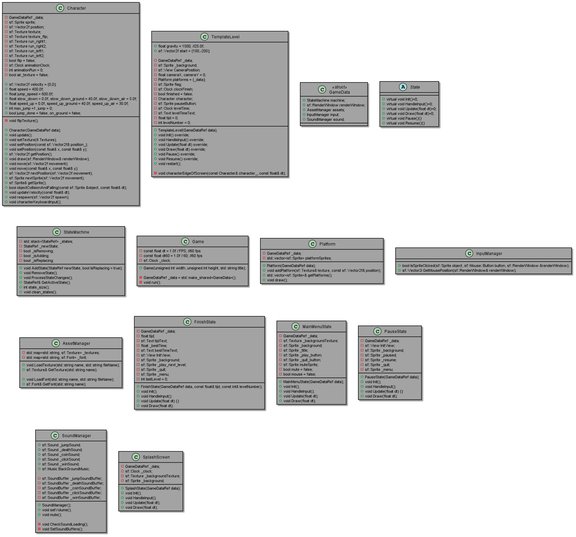
Before: UML/klassediagram.png, a diagram exported from PlantUML (RoelStierum/Gameproject). Source of this version:
```plantuml
@startuml
skinparam dpi 1000

skinparam class{
    BorderColor black
    BackgroundColor #a3a3a3
}
skinparam ArrowColor black


class Character{
    -GameDataRef _data;
    -sf::Sprite sprite;
    -sf::Vector2f position;
    -sf::Texture texture;
    -sf::Texture texture_flip;
    -sf::Texture run_right1;
    -sf::Texture run_right2;
    -sf::Texture run_left1;
    -sf::Texture run_left2;
    -bool flip = false;
    -sf::Clock animationClock;
    -int animationRun = 0;
    -bool air_texture = false;

    +sf::Vector2f velocity = {0,0};
    +float speed = 400.0f;
    +float jump_speed = 600.0f;
    +float slow_down = 0.0f, slow_down_ground = 40.0f, slow_down_air = 5.0f;
    +float speed_up = 0.0f, speed_up_ground = 40.0f, speed_up_air = 30.0f;
    +int max_jump =1, jump = 0;
    +bool jump_done = false, on_ground = false;


    -void flipTexture();

    +Character(GameDataRef data);
    +void update();
    +void setTexture(6 Textures);
    +void setPosition(const sf::Vector2f& position_);
    +void setPosition(const float& x, const float& y);
    +sf::Vector2f getPosition();
    +void draw(sf::RenderWindow& renderWindow);
    +void move(sf::Vector2f movement);
    +void move(const float& x, const float& y);
    +sf::Vector2f nextPosition(sf::Vector2f movement);
    +sf::Sprite nextSprite(sf::Vector2f movement);
    +sf::Sprite& getSprite();
    +bool objectCollisionAndFalling(const sf::Sprite &object, const float& dt);
    +void updateVelocity(const float& dt);
    +void respawn(sf::Vector2f spawn);
    +void characterKeyboardInput();
}

class TemplateLevel{
    +float gravity = 1500; //25.0f;
    +sf::Vector2f start = {100,-200};

    -GameDataRef _data;
    -sf::Sprite _background;
    -sf::View CameraPosition;
    -float cameraX, cameraY = 0;
    -Platform platforms = {_data};
    -sf::Sprite flag;
    -sf::Clock clockFinish;
    -bool finished = false;
    -Character character;
    -sf::Sprite pauseButton;
    -sf::Clock levelTime;
    -sf::Text levelTimeText;
    -float tijd = 0;
    -int levelNumber = 0;


    +TemplateLevel(GameDataRef data);
    +void Init() override;
    +void HandleInput() override;
    +void Update(float dt) override;
    +void Draw(float dt) override;
    +void Pause() override;
    +void Resume() override;
    +void restart();

    -void characterEdgeOfScreen(const Character& character_, const float& dt);
}

class GameData <<struct>>{
        +StateMachine machine;
        +sf::RenderWindow renderWindow;
        +AssetManager assets;
        +InputManager input;
        +SoundManager sound;
}

abstract class State{
    +virtual void Init()=0;
    +virtual void HandleInput()=0;
    +virtual void Update(float dt)=0;
    +virtual void Draw(float dt)=0;
    +virtual void Pause(){}
    +virtual void Resume(){}
}

class StateMachine{
    +void AddState(StateRef newState, bool IsReplacing = true);
    +void RemoveState();
    +void ProcessStateChanges();
    +StateRef& GetActiveState();
    +int state_size();
    +void clean_states();


    -std::stack<StateRef> _states;
    -StateRef _newState;
    -bool _isRemoving;
    -bool _isAdding;
    -bool _isReplacing;
}

class Game{
    -const float dt = 1.0f / FPS; //60 fps
    -const float dt60 = 1.0f / 60; //60 fps
    -sf::Clock _clock;


    +Game(unsigned int width, unsigned int height, std::string title);

    -GameDataRef _data = std::make_shared<GameData>();
    -void run();
}

class Platform{
    +Platform(GameDataRef data);
    +void addPlatform(sf::Texture& texture, const sf::Vector2f& position);
    +std::vector<sf::Sprite>& getPlatforms();
    +void draw();

    -GameDataRef _data;
    -std::vector<sf::Sprite> platformSprites;
}

class InputManager{
    +bool IsSpriteClicked(sf::Sprite object, sf::Mouse::Button button, sf::RenderWindow &renderWindow);
    +sf::Vector2i GetMousePosition(sf::RenderWindow& renderWindow);
}

class AssetManager{
    -std::map<std::string, sf::Texture> _textures;
    -std::map<std::string, sf::Font> _font;

    +void LoadTexture(std::string name, std::string fileName);
    +sf::Texture& GetTexture(std::string name);

    +void LoadFont(std::string name, std::string fileName);
    +sf::Font& GetFont(std::string name);
}

class FinishState{
    +FinishState(GameDataRef data, const float& tijd, const int& levelNumber);
    +void Init();
    +void HandleInput();
    +void Update(float dt) {}
    +void Draw(float dt);

    -GameDataRef _data;
    -float tijd;
    -sf::Text tijdText;
    -float _bestTime;
    -sf::Text bestTimeText;
    -sf::View InitView;
    -sf::Sprite _background;
    -sf::Sprite _play_next_level;
    -sf::Sprite _quit;
    -sf::Sprite _menu;
    -int lastLevel = 0;
}

class MainMenuState{
    +MainMenuState(GameDataRef data);
    +void Init();
    +void HandleInput();
    +void Update(float dt);
    +void Draw(float dt);


    -GameDataRef _data;
    -sf::Texture _backgroundTexture;
    -sf::Sprite _background;
    -sf::Sprite _title;
    -sf::Sprite _play_button;
    -sf::Sprite _quit_button;
    -sf::Sprite muteSprite;
    -bool mute = false;
    -bool mouse = false;
}

class PauseState{
    +PauseState(GameDataRef data);
    +void Init();
    +void HandleInput();
    +void Update(float dt) {}
    +void Draw(float dt);

    -GameDataRef _data;
    -sf::View InitView;
    -sf::Sprite _background;
    -sf::Sprite _paused;
    -sf::Sprite _resume;
    -sf::Sprite _quit;
    -sf::Sprite _menu;
}

class SoundManager{
    +sf::Sound _jumpSound;
    +sf::Sound _deathSound;
    +sf::Sound _coinSound;
    +sf::Sound _clickSound;
    +sf::Sound _winSound;
    +sf::Music BackGroundMusic;

    -sf::SoundBuffer _jumpSoundBuffer;
    -sf::SoundBuffer _deathSoundBuffer;
    -sf::SoundBuffer _coinSoundBuffer;
    -sf::SoundBuffer _clickSoundBuffer;
    -sf::SoundBuffer _winSoundBuffer;


    +SoundManager();
    +void setVolume();
    +void mute();

    -void CheckSoundLoading();
    -void SetSoundBuffers();
}

class SplashScreen{
    -GameDataRef _data;
    -sf::Clock _clock;
    -sf::Texture _backgroundTexture;
    -sf::Sprite _background;


    +SplashState(GameDataRef data);
    +void Init();
    +void HandleInput();
    +void Update(float dt);
    +void Draw(float dt);
}

@enduml
```
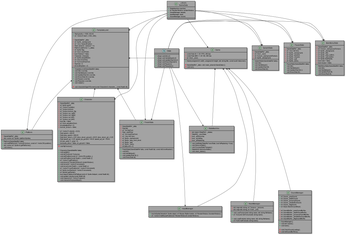
The same diagram one commit later.

Change to the diagram source:
```diff
@@ -106,7 +106,6 @@
     +void RemoveState();
     +void ProcessStateChanges();
     +StateRef& GetActiveState();
-    +int state_size();
     +void clean_states();
 
 
@@ -123,7 +122,7 @@
     -sf::Clock _clock;
 
 
-    +Game(unsigned int width, unsigned int height, std::string title);
+    +Game(unsigned int width, unsigned int height, std::string title, const bool& fullscreen);
 
     -GameDataRef _data = std::make_shared<GameData>();
     -void run();
@@ -213,16 +212,16 @@
 class SoundManager{
     +sf::Sound _jumpSound;
     +sf::Sound _deathSound;
-    +sf::Sound _coinSound;
-    +sf::Sound _clickSound;
-    +sf::Sound _winSound;
+    +sf::Sound _powerupSound;
+    +sf::Sound _clickButtonSound;
+    +sf::Sound _flagSound;
     +sf::Music BackGroundMusic;
 
     -sf::SoundBuffer _jumpSoundBuffer;
     -sf::SoundBuffer _deathSoundBuffer;
-    -sf::SoundBuffer _coinSoundBuffer;
-    -sf::SoundBuffer _clickSoundBuffer;
-    -sf::SoundBuffer _winSoundBuffer;
+    -sf::SoundBuffer _powerupSoundBuffer;
+    -sf::SoundBuffer _clickButtonSoundBuffer;
+    -sf::SoundBuffer _flagSoundBuffer;
 
 
     +SoundManager();
@@ -233,7 +232,7 @@
     -void SetSoundBuffers();
 }
 
-class SplashScreen{
+class SplashState{
     -GameDataRef _data;
     -sf::Clock _clock;
     -sf::Texture _backgroundTexture;
@@ -247,4 +246,30 @@
     +void Draw(float dt);
 }
 
+GameData --> Game
+GameData --> PauseState
+GameData ---> Character
+GameData -> FinishState
+GameData -> TemplateLevel
+GameData -> MainMenuState
+GameData -> Platform
+GameData --> SplashState
+
+TemplateLevel <-- Character
+TemplateLevel <-- Platform
+TemplateLevel <-- FinishState
+
+Game <-- StateMachine
+Game <--- InputManager
+Game <--- AssetManager
+Game <--- SoundManager
+
+State -> TemplateLevel
+State -> FinishState
+State -> InputManager
+State -> MainMenuState
+State -> PauseState
+State -> SplashState
+State -> StateMachine
+
 @enduml
```
